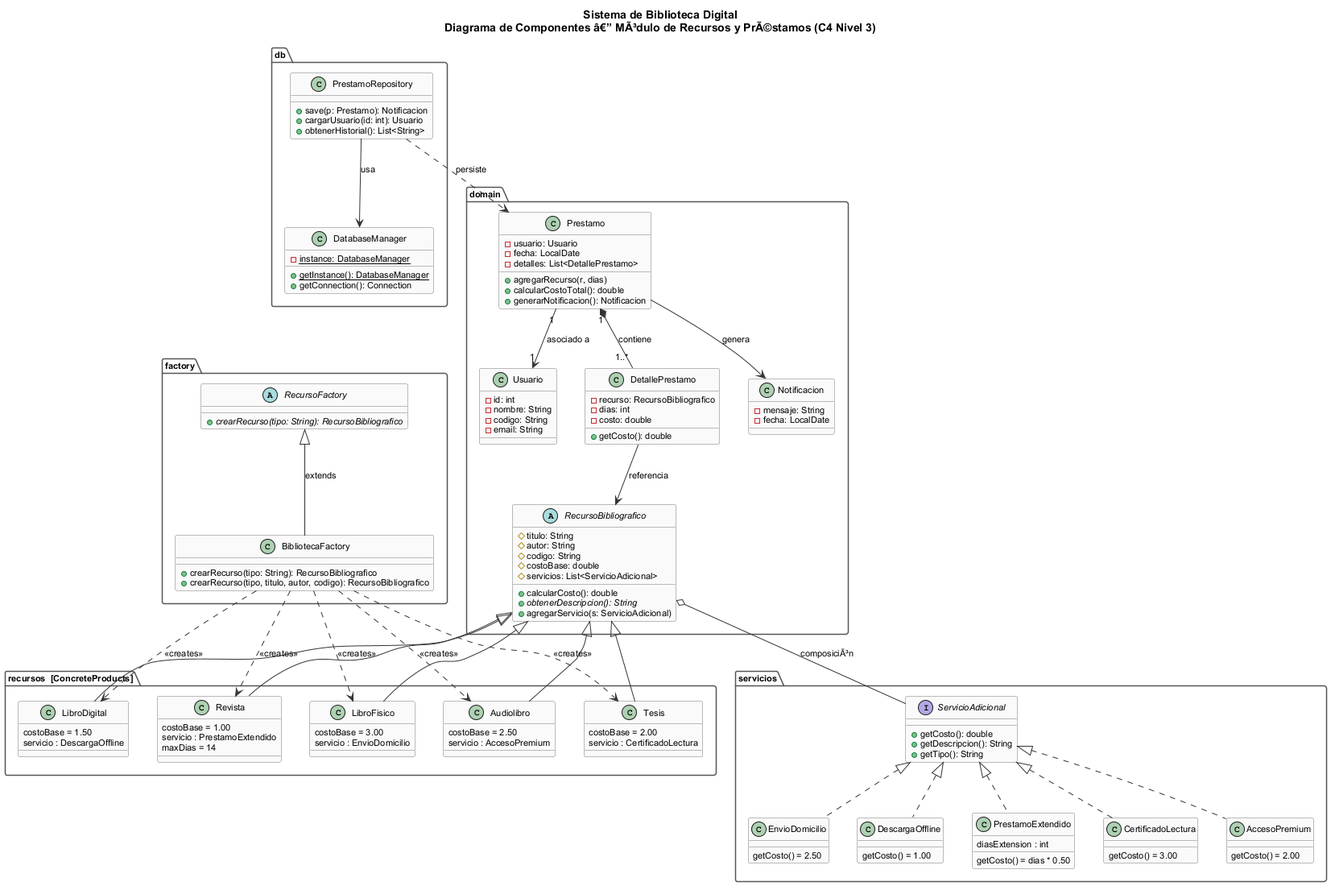
Earlier version of the PlantUML export docs/diagrams/c4-components-prestamos.png (Gonzalo-Romero-V/Factory-Method---GRUPO-04).
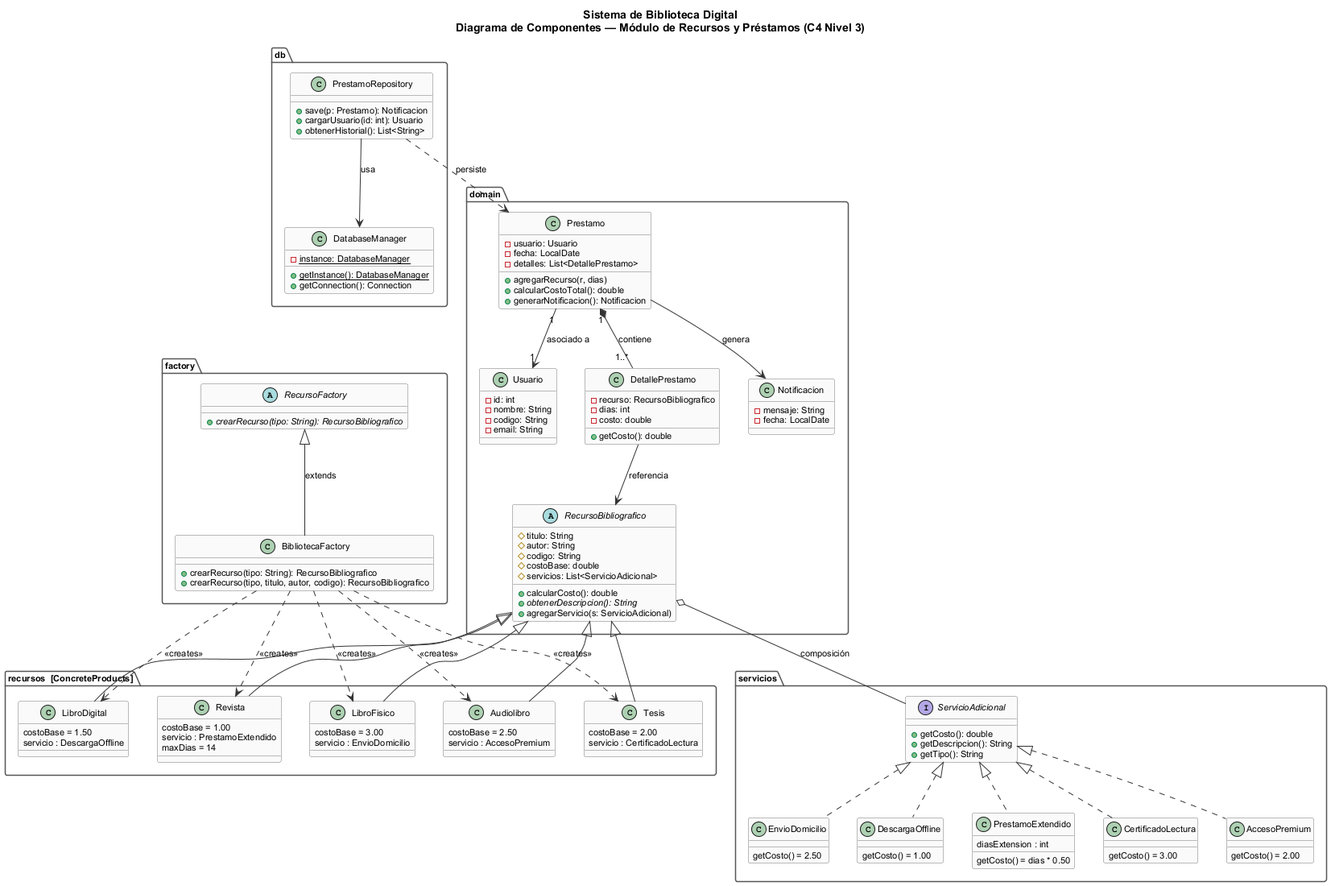
Later version of the same file.

What changed in the source:
```diff
@@ -1,5 +1,5 @@
 @startuml
-title Sistema de Biblioteca Digital\nDiagrama de Componentes â€” MÃ³dulo de Recursos y PrÃ©stamos (C4 Nivel 3)
+title Sistema de Biblioteca Digital\nDiagrama de Componentes — Módulo de Recursos y Préstamos (C4 Nivel 3)
 
 skinparam defaultFontName Arial
 skinparam DefaultFontSize 11
@@ -129,7 +129,7 @@
     CertificadoLectura .u.|> ServicioAdicional
     AccesoPremium      .u.|> ServicioAdicional
 
-    RecursoBibliografico o-- ServicioAdicional : composiciÃ³n
+    RecursoBibliografico o-- ServicioAdicional : composición
 }
 
 package "db" {
```
